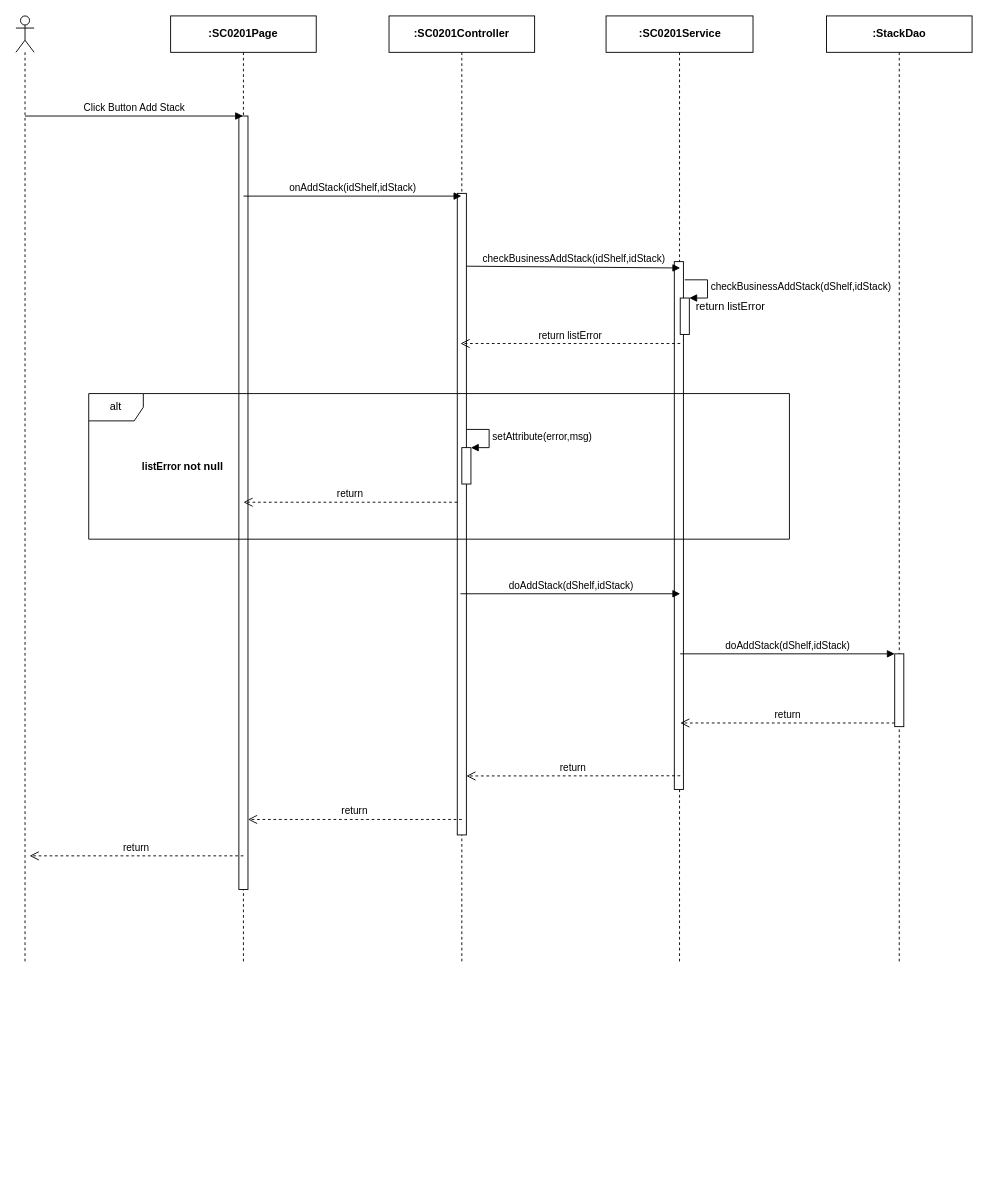
Before: page "Ev05" (5 of 7) of Users/LuanNM/SEQ Diagram Review/sc02/SC0201_ShelfDetail.drawio in luannmdev/CapstoneDocument, a draw.io diagram. Source tidied: cells renumbered, new cells numbered last; positions are measured from the earlier drawing's top-left corner, leaving out a move shared by most shapes. Both pictures are drawn from the tidied source at 91%, with x=0, y=0 at pixel (15, 15).
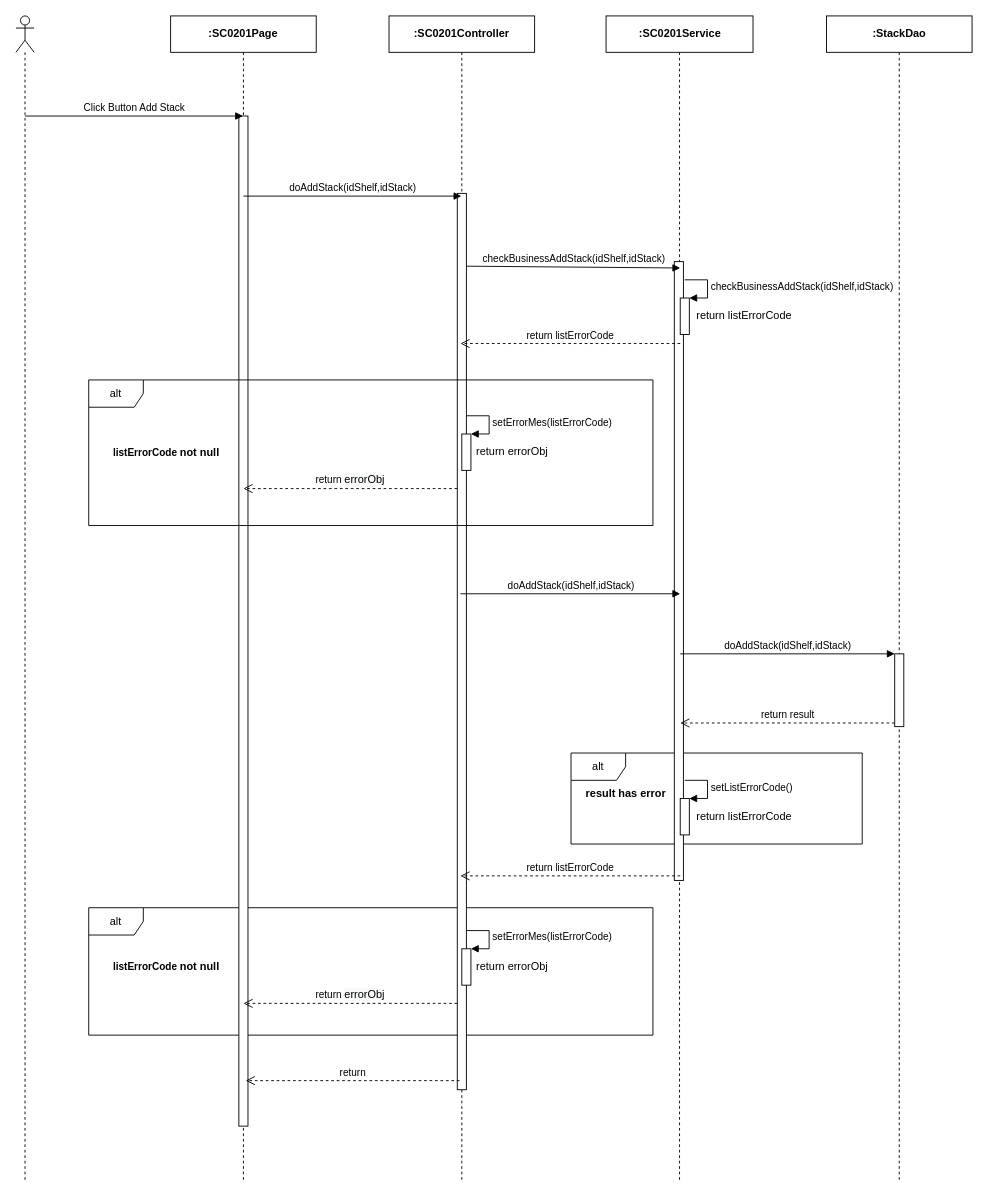
After the change.

The change refers to these unchanged cells:
```xml
<mxCell id="21" style="html=1;points=[];perimeter=orthogonalPerimeter;" parent="1" vertex="1">
  <mxGeometry x="730" y="310" width="10" height="40" as="geometry" />
</mxCell>
<mxCell id="24" style="html=1;points=[];perimeter=orthogonalPerimeter;" parent="1" vertex="1">
  <mxGeometry x="965.7" y="701" width="10" height="80" as="geometry" />
</mxCell>
```

What changed in the source:
```diff
@@
+    <mxCell id="29" value="alt" style="shape=umlFrame;whiteSpace=wrap;html=1;" parent="1" vertex="1">
+      <mxGeometry x="610" y="810" width="320" height="100" as="geometry" />
+    </mxCell>
+    <mxCell id="30" value="alt" style="shape=umlFrame;whiteSpace=wrap;html=1;" parent="1" vertex="1">
+      <mxGeometry x="80" y="980" width="620" height="140" as="geometry" />
+    </mxCell>
     <mxCell id="2" style="shape=umlLifeline;participant=umlActor;perimeter=lifelinePerimeter;whiteSpace=wrap;html=1;verticalAlign=top;spacingTop=36;" parent="1" vertex="1">
-      <mxGeometry width="20" height="1040" as="geometry" />
+      <mxGeometry width="20" height="1280" as="geometry" />
     </mxCell>
     <mxCell id="3" value="&lt;b&gt;:SC0201Page&lt;/b&gt;" style="shape=umlLifeline;perimeter=lifelinePerimeter;whiteSpace=wrap;html=1;outlineConnect=0;" parent="1" vertex="1">
-      <mxGeometry x="170" width="160" height="1040" as="geometry" />
+      <mxGeometry x="170" width="160" height="1280" as="geometry" />
     </mxCell>
     <mxCell id="4" style="html=1;perimeter=orthogonalPerimeter;" parent="3" vertex="1">
-      <mxGeometry x="75" y="110" width="10" height="850" as="geometry" />
+      <mxGeometry x="75" y="110" width="10" height="1110" as="geometry" />
     </mxCell>
     <mxCell id="5" value="&lt;b&gt;:StackDao&lt;/b&gt;" style="shape=umlLifeline;perimeter=lifelinePerimeter;whiteSpace=wrap;html=1;" parent="1" vertex="1">
-      <mxGeometry x="890.7" width="160" height="1040" as="geometry" />
+      <mxGeometry x="890.7" width="160" height="1280" as="geometry" />
     </mxCell>
     <mxCell id="6" value="&lt;b&gt;:&lt;/b&gt;&lt;b&gt;SC0201&lt;/b&gt;&lt;b&gt;Service&lt;/b&gt;" style="shape=umlLifeline;perimeter=lifelinePerimeter;whiteSpace=wrap;html=1;" parent="1" vertex="1">
-      <mxGeometry x="648.5" width="161.5" height="1040" as="geometry" />
+      <mxGeometry x="648.5" width="161.5" height="1280" as="geometry" />
     </mxCell>
     <mxCell id="7" style="html=1;perimeter=orthogonalPerimeter;" parent="6" vertex="1">
-      <mxGeometry x="75" y="270" width="10" height="580" as="geometry" />
+      <mxGeometry x="75" y="270" width="10" height="680" as="geometry" />
     </mxCell>
     <mxCell id="8" value="&lt;b&gt;:SC0201Controller&lt;/b&gt;" style="shape=umlLifeline;perimeter=lifelinePerimeter;whiteSpace=wrap;html=1;" parent="1" vertex="1">
-      <mxGeometry x="410" width="160" height="1040" as="geometry" />
+      <mxGeometry x="410" width="160" height="1280" as="geometry" />
     </mxCell>
     <mxCell id="9" style="html=1;perimeter=orthogonalPerimeter;" parent="8" vertex="1">
-      <mxGeometry x="75" y="195" width="10" height="705" as="geometry" />
+      <mxGeometry x="75" y="195" width="10" height="985" as="geometry" />
     </mxCell>
@@
-    <mxCell id="11" value="onAddStack(idShelf,idStack)" style="html=1;verticalAlign=bottom;endArrow=block;" parent="1" edge="1">
+    <mxCell id="11" value="doAddStack(idShelf,idStack)" style="html=1;verticalAlign=bottom;endArrow=block;" parent="1" edge="1">
       <mxGeometry relative="1" as="geometry">
         <mxPoint x="250" y="198" as="sourcePoint" />
         <mxPoint x="489.5" y="198" as="targetPoint" />
       </mxGeometry>
     </mxCell>
@@
-    <mxCell id="13" value="return listError" style="html=1;verticalAlign=bottom;endArrow=open;dashed=1;endSize=8;" parent="1" edge="1">
+    <mxCell id="13" value="return listErrorCode" style="html=1;verticalAlign=bottom;endArrow=open;dashed=1;endSize=8;" parent="1" edge="1">
       <mxGeometry relative="1" as="geometry">
         <mxPoint x="730" y="360" as="sourcePoint" />
         <mxPoint x="488.5" y="360" as="targetPoint" />
       </mxGeometry>
     </mxCell>
-    <mxCell id="14" value="alt" style="shape=umlFrame;whiteSpace=wrap;html=1;" parent="1" vertex="1">
-      <mxGeometry x="80" y="415" width="770" height="160" as="geometry" />
-    </mxCell>
-    <mxCell id="15" value="&lt;span style=&quot;font-size: 11px ; background-color: rgb(255 , 255 , 255)&quot;&gt;&lt;b&gt;listError&amp;nbsp;&lt;/b&gt;&lt;/span&gt;&lt;b&gt;not null&lt;/b&gt;" style="text;html=1;align=center;verticalAlign=middle;" parent="1" vertex="1">
-      <mxGeometry x="133" y="485" width="100" height="20" as="geometry" />
-    </mxCell>
-    <mxCell id="16" style="html=1;points=[];perimeter=orthogonalPerimeter;" parent="1" vertex="1">
-      <mxGeometry x="490" y="474.4" width="10" height="40" as="geometry" />
-    </mxCell>
-    <mxCell id="17" value="setAttribute(error,msg)" style="edgeStyle=orthogonalEdgeStyle;html=1;align=left;spacingLeft=2;endArrow=block;rounded=0;entryX=1;entryY=0;" parent="1" edge="1" target="16">
-      <mxGeometry relative="1" as="geometry">
-        <mxPoint x="495" y="454.4" as="sourcePoint" />
-        <Array as="points">
-          <mxPoint x="520" y="454.4" />
-        </Array>
-      </mxGeometry>
-    </mxCell>
-    <mxCell id="18" value="return" style="html=1;verticalAlign=bottom;endArrow=open;dashed=1;endSize=8;" parent="1" edge="1">
-      <mxGeometry relative="1" as="geometry">
-        <mxPoint x="485" y="534.4" as="sourcePoint" />
-        <mxPoint x="250" y="534.4" as="targetPoint" />
-      </mxGeometry>
-    </mxCell>
-    <mxCell id="19" value="doAddStack(dShelf,idStack)" style="html=1;verticalAlign=bottom;endArrow=block;" parent="1" edge="1">
+    <mxCell id="19" value="doAddStack(idShelf,idStack)" style="html=1;verticalAlign=bottom;endArrow=block;" parent="1" edge="1">
       <mxGeometry relative="1" as="geometry">
         <mxPoint x="488.5" y="635" as="sourcePoint" />
         <mxPoint x="730" y="635" as="targetPoint" />
       </mxGeometry>
     </mxCell>
-    <mxCell id="20" value="return" style="html=1;verticalAlign=bottom;endArrow=open;dashed=1;endSize=8;" parent="1" edge="1">
-      <mxGeometry relative="1" as="geometry">
-        <mxPoint x="730" y="835" as="sourcePoint" />
-        <mxPoint x="495" y="835.2" as="targetPoint" />
-      </mxGeometry>
-    </mxCell>
@@
-    <mxCell id="22" value="&lt;span style=&quot;text-align: center&quot;&gt;checkBusinessAddStack(&lt;/span&gt;&lt;span style=&quot;text-align: center&quot;&gt;dShelf,idStack&lt;/span&gt;&lt;span style=&quot;text-align: center&quot;&gt;)&lt;/span&gt;" style="edgeStyle=orthogonalEdgeStyle;html=1;align=left;spacingLeft=2;endArrow=block;rounded=0;entryX=1;entryY=0;" parent="1" edge="1" target="21">
+    <mxCell id="22" value="&lt;span style=&quot;text-align: center&quot;&gt;checkBusinessAddStack(i&lt;/span&gt;&lt;span style=&quot;text-align: center&quot;&gt;dShelf,idStack&lt;/span&gt;&lt;span style=&quot;text-align: center&quot;&gt;)&lt;/span&gt;" style="edgeStyle=orthogonalEdgeStyle;html=1;align=left;spacingLeft=2;endArrow=block;rounded=0;entryX=1;entryY=0;" parent="1" edge="1" target="21">
       <mxGeometry relative="1" as="geometry">
         <mxPoint x="735" y="290" as="sourcePoint" />
         <Array as="points">
           <mxPoint x="760" y="290" />
         </Array>
       </mxGeometry>
     </mxCell>
-    <mxCell id="23" value="return listError" style="text;html=1;align=center;verticalAlign=middle;" parent="1" vertex="1">
-      <mxGeometry x="740" y="310" width="90" height="20" as="geometry" />
+    <mxCell id="23" value="return listErrorCode" style="text;html=1;align=center;verticalAlign=middle;" parent="1" vertex="1">
+      <mxGeometry x="740" y="320" width="120" height="20" as="geometry" />
     </mxCell>
@@
-    <mxCell id="25" value="doAddStack(dShelf,idStack)" style="html=1;verticalAlign=bottom;endArrow=block;entryX=0;entryY=0;" parent="1" edge="1" target="24">
+    <mxCell id="25" value="doAddStack(idShelf,idStack)" style="html=1;verticalAlign=bottom;endArrow=block;entryX=0;entryY=0;" parent="1" edge="1" target="24">
       <mxGeometry relative="1" as="geometry">
         <mxPoint x="730" y="701" as="sourcePoint" />
       </mxGeometry>
     </mxCell>
-    <mxCell id="26" value="return" style="html=1;verticalAlign=bottom;endArrow=open;dashed=1;endSize=8;exitX=0;exitY=0.95;" parent="1" edge="1" source="24">
+    <mxCell id="26" value="return result" style="html=1;verticalAlign=bottom;endArrow=open;dashed=1;endSize=8;exitX=0;exitY=0.95;" parent="1" edge="1" source="24">
       <mxGeometry relative="1" as="geometry">
         <mxPoint x="730" y="777" as="targetPoint" />
       </mxGeometry>
     </mxCell>
     <mxCell id="27" value="return" style="html=1;verticalAlign=bottom;endArrow=open;dashed=1;endSize=8;" parent="1" edge="1">
       <mxGeometry relative="1" as="geometry">
-        <mxPoint x="490" y="883" as="sourcePoint" />
-        <mxPoint x="255" y="883" as="targetPoint" />
+        <mxPoint x="487.5" y="1170" as="sourcePoint" />
+        <mxPoint x="252.5" y="1170" as="targetPoint" />
       </mxGeometry>
     </mxCell>
-    <mxCell id="28" value="return" style="html=1;verticalAlign=bottom;endArrow=open;dashed=1;endSize=8;" parent="1" edge="1">
-      <mxGeometry relative="1" as="geometry">
-        <mxPoint x="250" y="923" as="sourcePoint" />
-        <mxPoint x="15" y="923" as="targetPoint" />
-      </mxGeometry>
-    </mxCell>
+    <mxCell id="31" value="alt" style="shape=umlFrame;whiteSpace=wrap;html=1;" parent="1" vertex="1">
+      <mxGeometry x="80" y="400" width="620" height="160" as="geometry" />
+    </mxCell>
+    <mxCell id="32" value="&lt;b&gt;&lt;span style=&quot;font-size: 11px ; background-color: rgb(255 , 255 , 255)&quot;&gt;listErrorCode&amp;nbsp;&lt;/span&gt;not null&lt;/b&gt;" style="text;html=1;align=center;verticalAlign=middle;" parent="1" vertex="1">
+      <mxGeometry x="100" y="470" width="130" height="20" as="geometry" />
+    </mxCell>
+    <mxCell id="33" style="html=1;points=[];perimeter=orthogonalPerimeter;" parent="1" vertex="1">
+      <mxGeometry x="490" y="459.4" width="10" height="40" as="geometry" />
+    </mxCell>
+    <mxCell id="34" value="setErrorMes(listErrorCode)" style="edgeStyle=orthogonalEdgeStyle;html=1;align=left;spacingLeft=2;endArrow=block;rounded=0;entryX=1;entryY=0;" parent="1" edge="1" target="33">
+      <mxGeometry relative="1" as="geometry">
+        <mxPoint x="495" y="439.4" as="sourcePoint" />
+        <Array as="points">
+          <mxPoint x="520" y="439.4" />
+        </Array>
+      </mxGeometry>
+    </mxCell>
+    <mxCell id="35" value="return&amp;nbsp;&lt;span style=&quot;font-size: 12px ; background-color: rgb(248 , 249 , 250)&quot;&gt;errorObj&lt;/span&gt;" style="html=1;verticalAlign=bottom;endArrow=open;dashed=1;endSize=8;" parent="1" edge="1">
+      <mxGeometry relative="1" as="geometry">
+        <mxPoint x="485" y="519.4" as="sourcePoint" />
+        <mxPoint x="250" y="519.4" as="targetPoint" />
+      </mxGeometry>
+    </mxCell>
+    <mxCell id="36" value="return errorObj" style="text;html=1;align=center;verticalAlign=middle;" parent="1" vertex="1">
+      <mxGeometry x="500" y="469.4" width="90" height="20" as="geometry" />
+    </mxCell>
+    <mxCell id="37" value="result has error" style="text;html=1;align=center;verticalAlign=middle;fontStyle=1;" parent="1" vertex="1">
+      <mxGeometry x="620" y="845" width="100" height="20" as="geometry" />
+    </mxCell>
+    <mxCell id="38" style="html=1;points=[];perimeter=orthogonalPerimeter;" parent="1" vertex="1">
+      <mxGeometry x="730" y="860" width="10" height="40" as="geometry" />
+    </mxCell>
+    <mxCell id="39" value="setListErrorCode()" style="edgeStyle=orthogonalEdgeStyle;html=1;align=left;spacingLeft=2;endArrow=block;rounded=0;entryX=1;entryY=0;" parent="1" edge="1" target="38">
+      <mxGeometry relative="1" as="geometry">
+        <mxPoint x="735" y="840" as="sourcePoint" />
+        <Array as="points">
+          <mxPoint x="760" y="840" />
+        </Array>
+      </mxGeometry>
+    </mxCell>
+    <mxCell id="40" value="return listErrorCode" style="text;html=1;align=center;verticalAlign=middle;" parent="1" vertex="1">
+      <mxGeometry x="740" y="870" width="120" height="20" as="geometry" />
+    </mxCell>
+    <mxCell id="41" style="html=1;points=[];perimeter=orthogonalPerimeter;" parent="1" vertex="1">
+      <mxGeometry x="490" y="1025.1" width="10" height="40" as="geometry" />
+    </mxCell>
+    <mxCell id="42" value="setErrorMes(listErrorCode)" style="edgeStyle=orthogonalEdgeStyle;html=1;align=left;spacingLeft=2;endArrow=block;rounded=0;entryX=1;entryY=0;" parent="1" edge="1" target="41">
+      <mxGeometry relative="1" as="geometry">
+        <mxPoint x="495" y="1005.1" as="sourcePoint" />
+        <Array as="points">
+          <mxPoint x="520" y="1005.1" />
+        </Array>
+      </mxGeometry>
+    </mxCell>
+    <mxCell id="43" value="return&amp;nbsp;&lt;span style=&quot;font-size: 12px ; background-color: rgb(248 , 249 , 250)&quot;&gt;errorObj&lt;/span&gt;" style="html=1;verticalAlign=bottom;endArrow=open;dashed=1;endSize=8;" parent="1" edge="1">
+      <mxGeometry relative="1" as="geometry">
+        <mxPoint x="485" y="1085.1" as="sourcePoint" />
+        <mxPoint x="250" y="1085.1" as="targetPoint" />
+      </mxGeometry>
+    </mxCell>
+    <mxCell id="44" value="return errorObj" style="text;html=1;align=center;verticalAlign=middle;" parent="1" vertex="1">
+      <mxGeometry x="500" y="1035.1" width="90" height="20" as="geometry" />
+    </mxCell>
+    <mxCell id="45" value="return listErrorCode" style="html=1;verticalAlign=bottom;endArrow=open;dashed=1;endSize=8;" parent="1" edge="1">
+      <mxGeometry relative="1" as="geometry">
+        <mxPoint x="730" y="945" as="sourcePoint" />
+        <mxPoint x="488.5" y="945" as="targetPoint" />
+      </mxGeometry>
+    </mxCell>
+    <mxCell id="46" value="&lt;b&gt;&lt;span style=&quot;font-size: 11px ; background-color: rgb(255 , 255 , 255)&quot;&gt;listErrorCode&amp;nbsp;&lt;/span&gt;not null&lt;/b&gt;" style="text;html=1;align=center;verticalAlign=middle;" parent="1" vertex="1">
+      <mxGeometry x="100" y="1035.1" width="130" height="20" as="geometry" />
+    </mxCell>
```
